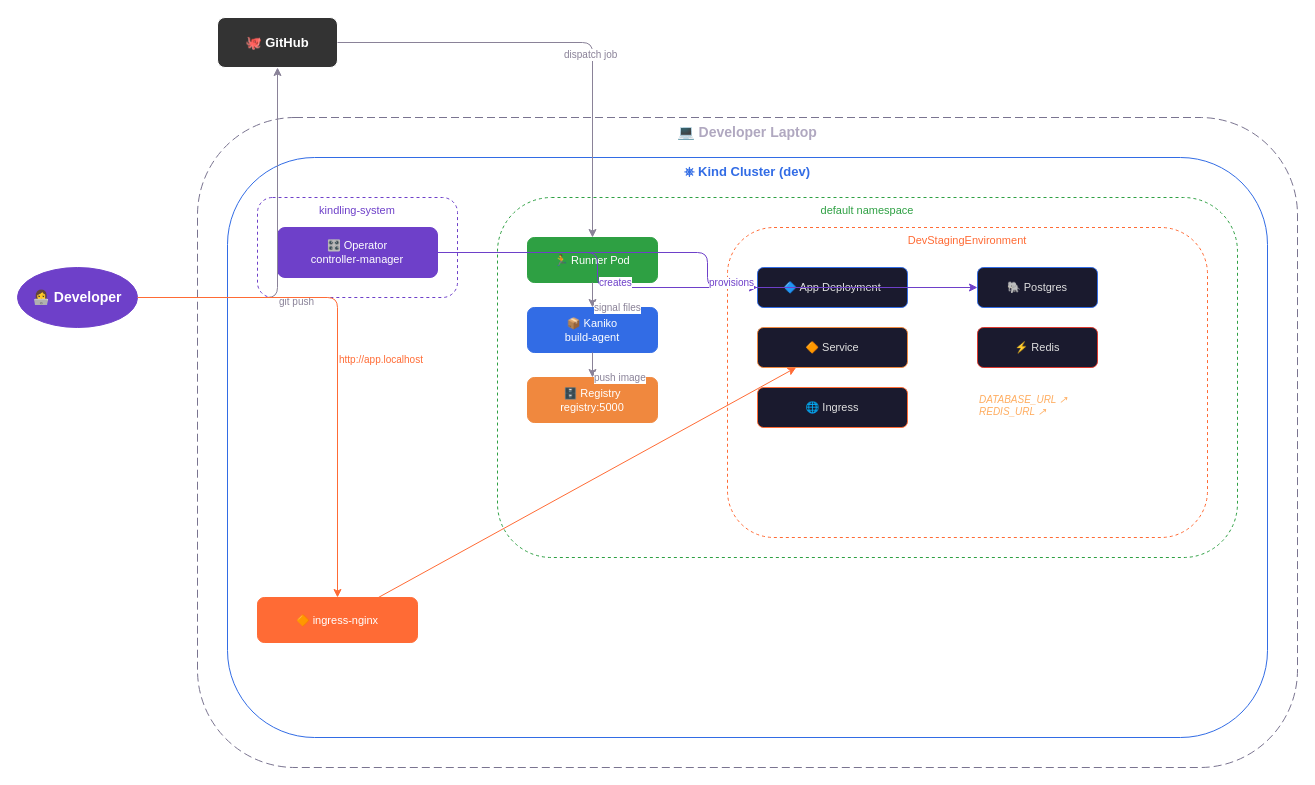
The draw.io diagram docs-site/static/img/architecture-overview.drawio in kindling-sh/kindling, before the edit. Source tidied: cells renumbered, new cells numbered last; positions are measured from the earlier drawing's top-left corner, leaving out a move shared by most shapes. Both pictures are drawn from the tidied source at 100%, with x=0, y=0 at pixel (17, 17).
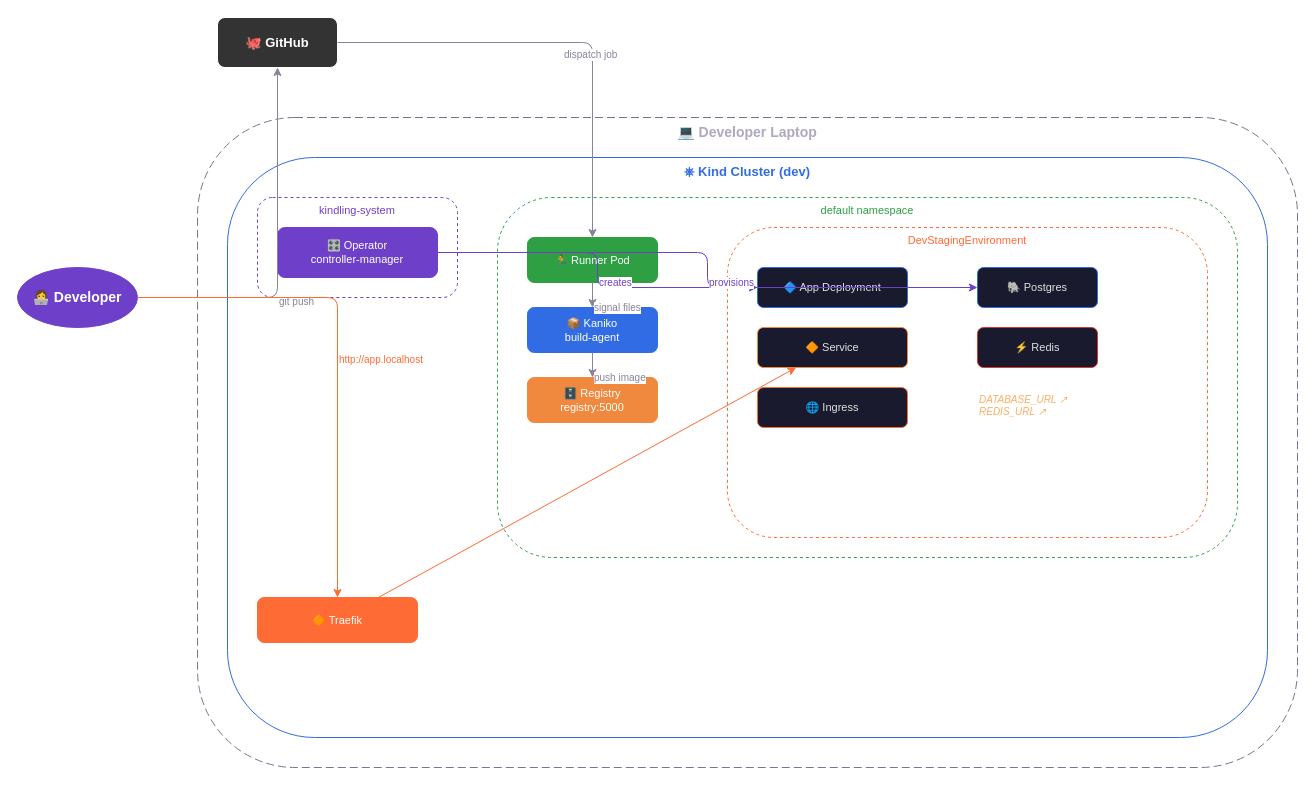
Above is the later version.

Diff of the diagram source:
```diff
@@
-    <mxCell id="19" value="🔶 ingress-nginx" style="rounded=1;whiteSpace=wrap;html=1;fillColor=#FF6B35;fontColor=#ffffff;strokeColor=#FF6B35;fontSize=11;" parent="1" vertex="1">
+    <mxCell id="19" value="🔶 Traefik" style="rounded=1;whiteSpace=wrap;html=1;fillColor=#FF6B35;fontColor=#ffffff;strokeColor=#FF6B35;fontSize=11;" parent="1" vertex="1">
       <mxGeometry x="240" y="580" width="160" height="45" as="geometry" />
     </mxCell>
```
